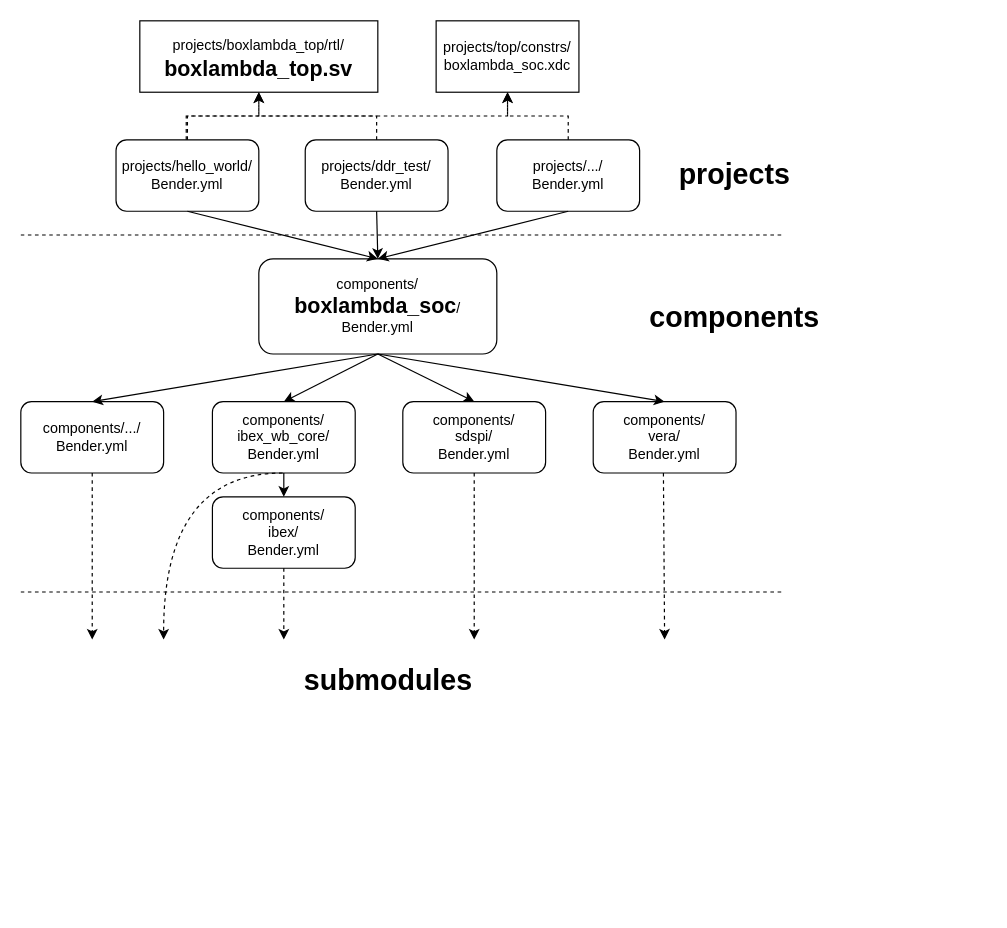
epsilon537/boxlambda keeps this draw.io diagram as docs/assets/BoxLambda_SoC_Component_Build_Diagram.drawio. Above is the earlier version. Source tidied: cells renumbered, new cells numbered last; positions are measured from the earlier drawing's top-left corner, leaving out a move shared by most shapes. Both pictures are drawn from the tidied source at 119%, with x=0, y=0 at pixel (20, 20).
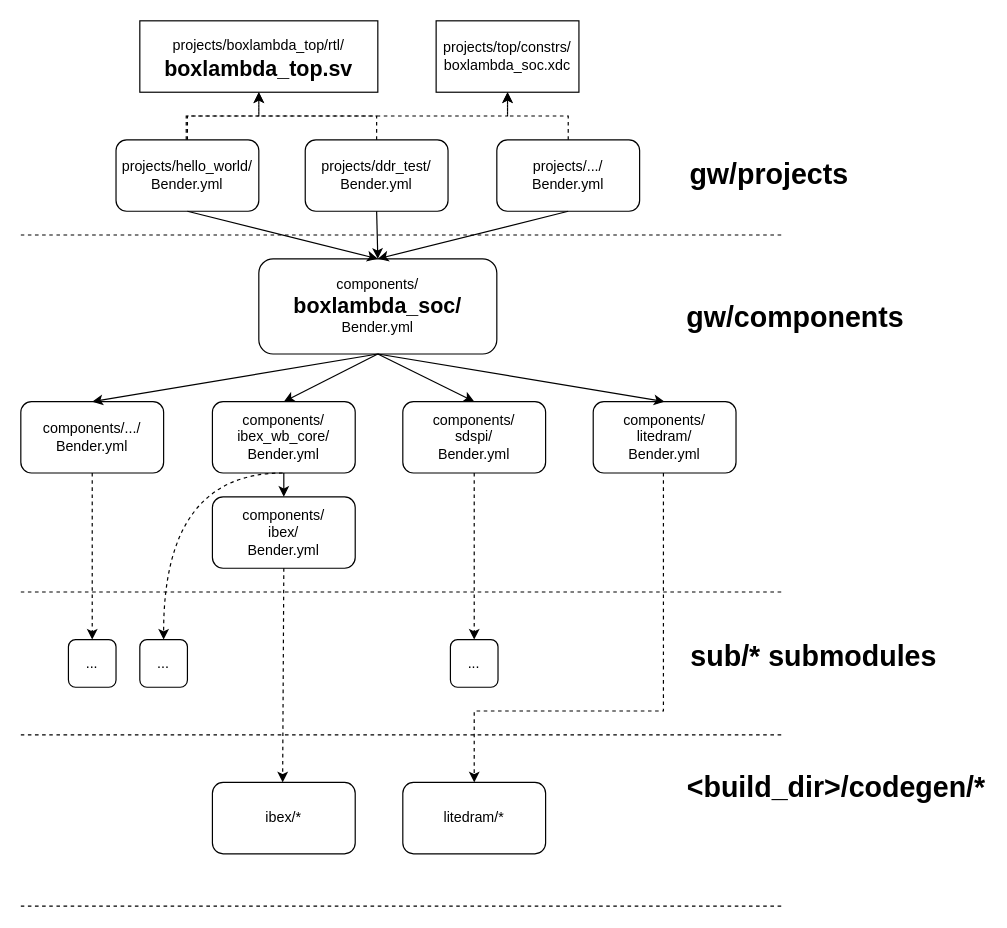
After the change.

The change refers to these unchanged cells:
```xml
<mxCell id="8" value="components/&lt;br&gt;ibex/&lt;br&gt;Bender.yml" style="rounded=1;whiteSpace=wrap;html=1;" parent="1" vertex="1">
  <mxGeometry x="161" y="400" width="120" height="60" as="geometry" />
</mxCell>
```

The edit, as a diff of the source:
```diff
@@
-    <mxCell id="2" value="components/&lt;br&gt;&lt;b&gt;&lt;font style=&quot;font-size: 18px;&quot;&gt;boxlambda_soc&lt;/font&gt;&lt;/b&gt;/&lt;br&gt;Bender.yml" style="rounded=1;whiteSpace=wrap;html=1;" parent="1" vertex="1">
+    <mxCell id="2" value="components/&lt;br&gt;&lt;b&gt;&lt;font style=&quot;font-size: 18px;&quot;&gt;boxlambda_soc&lt;/font&gt;&lt;font style=&quot;font-size: 18px;&quot;&gt;/&lt;/font&gt;&lt;br&gt;&lt;/b&gt;Bender.yml" style="rounded=1;whiteSpace=wrap;html=1;" parent="1" vertex="1">
       <mxGeometry x="200" y="200" width="200" height="80" as="geometry" />
     </mxCell>
@@
-    <mxCell id="7" value="components/&lt;br&gt;vera/&lt;br&gt;Bender.yml" style="rounded=1;whiteSpace=wrap;html=1;" parent="1" vertex="1">
+    <mxCell id="7" value="components/&lt;br&gt;litedram/&lt;br&gt;Bender.yml" style="rounded=1;whiteSpace=wrap;html=1;" parent="1" vertex="1">
       <mxGeometry x="481" y="320" width="120" height="60" as="geometry" />
     </mxCell>
@@
-    <mxCell id="14" style="endArrow=classic;html=1;rounded=0;targetPerimeterSpacing=14;strokeWidth=1;entryX=0.5;entryY=0;entryDx=0;entryDy=0;dashed=1;" parent="1" edge="1">
+    <mxCell id="14" style="endArrow=classic;html=1;rounded=0;targetPerimeterSpacing=14;strokeWidth=1;dashed=1;entryX=0.5;entryY=0;entryDx=0;entryDy=0;edgeStyle=orthogonalEdgeStyle;" parent="1" edge="1" target="39">
       <mxGeometry relative="1" as="geometry">
         <mxPoint x="540" y="380" as="sourcePoint" />
-        <mxPoint x="541" y="520" as="targetPoint" />
+        <Array as="points">
+          <mxPoint x="540" y="580" />
+          <mxPoint x="381" y="580" />
+        </Array>
       </mxGeometry>
     </mxCell>
-    <mxCell id="15" style="endArrow=classic;html=1;rounded=0;targetPerimeterSpacing=14;strokeWidth=1;entryX=0.5;entryY=0;entryDx=0;entryDy=0;dashed=1;exitX=0.5;exitY=1;exitDx=0;exitDy=0;" parent="1" edge="1" source="8">
+    <mxCell id="15" style="endArrow=classic;html=1;rounded=0;targetPerimeterSpacing=14;strokeWidth=1;dashed=1;exitX=0.5;exitY=1;exitDx=0;exitDy=0;" parent="1" edge="1" source="8">
       <mxGeometry relative="1" as="geometry">
-        <mxPoint x="221" y="520" as="targetPoint" />
+        <mxPoint x="220" y="640" as="targetPoint" />
       </mxGeometry>
     </mxCell>
@@
-    <mxCell id="19" value="projects" style="text;html=1;strokeColor=none;fillColor=none;align=center;verticalAlign=middle;whiteSpace=wrap;rounded=0;fontStyle=1;fontSize=24;" parent="1" vertex="1">
-      <mxGeometry x="570" y="115" width="60" height="30" as="geometry" />
+    <mxCell id="19" value="gw/projects" style="text;html=1;strokeColor=none;fillColor=none;align=center;verticalAlign=middle;whiteSpace=wrap;rounded=0;fontStyle=1;fontSize=24;" parent="1" vertex="1">
+      <mxGeometry x="599" y="115" width="60" height="30" as="geometry" />
     </mxCell>
-    <mxCell id="20" value="components" style="text;html=1;strokeColor=none;fillColor=none;align=center;verticalAlign=middle;whiteSpace=wrap;rounded=0;fontStyle=1;fontSize=24;" parent="1" vertex="1">
-      <mxGeometry x="570" y="235" width="60" height="30" as="geometry" />
+    <mxCell id="20" value="gw/components" style="text;html=1;strokeColor=none;fillColor=none;align=center;verticalAlign=middle;whiteSpace=wrap;rounded=0;fontStyle=1;fontSize=24;" parent="1" vertex="1">
+      <mxGeometry x="621" y="235" width="60" height="30" as="geometry" />
     </mxCell>
-    <mxCell id="21" value="submodules" style="text;html=1;strokeColor=none;fillColor=none;align=center;verticalAlign=middle;whiteSpace=wrap;rounded=0;fontStyle=1;fontSize=24;" parent="1" vertex="1">
-      <mxGeometry x="279" y="540" width="60" height="30" as="geometry" />
+    <mxCell id="21" value="sub/* submodules" style="text;html=1;strokeColor=none;fillColor=none;align=center;verticalAlign=middle;whiteSpace=wrap;rounded=0;fontStyle=1;fontSize=24;" parent="1" vertex="1">
+      <mxGeometry x="546" y="520" width="241" height="30" as="geometry" />
     </mxCell>
@@
+    <mxCell id="35" style="endArrow=none;dashed=1;html=1;rounded=0;targetPerimeterSpacing=14;strokeWidth=1;curved=1;" parent="1" edge="1">
+      <mxGeometry relative="1" as="geometry">
+        <mxPoint y="600" as="sourcePoint" />
+        <mxPoint x="640" y="600" as="targetPoint" />
+      </mxGeometry>
+    </mxCell>
+    <mxCell id="36" value="&amp;lt;build_dir&amp;gt;/codegen/*" style="text;html=1;strokeColor=none;fillColor=none;align=center;verticalAlign=middle;whiteSpace=wrap;rounded=0;fontStyle=1;fontSize=24;" parent="1" vertex="1">
+      <mxGeometry x="590" y="630" width="191" height="30" as="geometry" />
+    </mxCell>
+    <mxCell id="37" style="endArrow=none;dashed=1;html=1;rounded=0;targetPerimeterSpacing=14;strokeWidth=1;curved=1;" parent="1" edge="1">
+      <mxGeometry relative="1" as="geometry">
+        <mxPoint y="744" as="sourcePoint" />
+        <mxPoint x="640" y="744" as="targetPoint" />
+      </mxGeometry>
+    </mxCell>
+    <mxCell id="38" value="ibex/*" style="rounded=1;whiteSpace=wrap;html=1;" parent="1" vertex="1">
+      <mxGeometry x="161" y="640" width="120" height="60" as="geometry" />
+    </mxCell>
+    <mxCell id="39" value="litedram/*" style="rounded=1;whiteSpace=wrap;html=1;" parent="1" vertex="1">
+      <mxGeometry x="321" y="640" width="120" height="60" as="geometry" />
+    </mxCell>
+    <mxCell id="40" value="..." style="rounded=1;whiteSpace=wrap;html=1;" parent="1" vertex="1">
+      <mxGeometry x="40" y="520" width="40" height="40" as="geometry" />
+    </mxCell>
+    <mxCell id="41" value="..." style="rounded=1;whiteSpace=wrap;html=1;" parent="1" vertex="1">
+      <mxGeometry x="100" y="520" width="40" height="40" as="geometry" />
+    </mxCell>
+    <mxCell id="42" value="..." style="rounded=1;whiteSpace=wrap;html=1;" parent="1" vertex="1">
+      <mxGeometry x="361" y="520" width="40" height="40" as="geometry" />
+    </mxCell>
```
